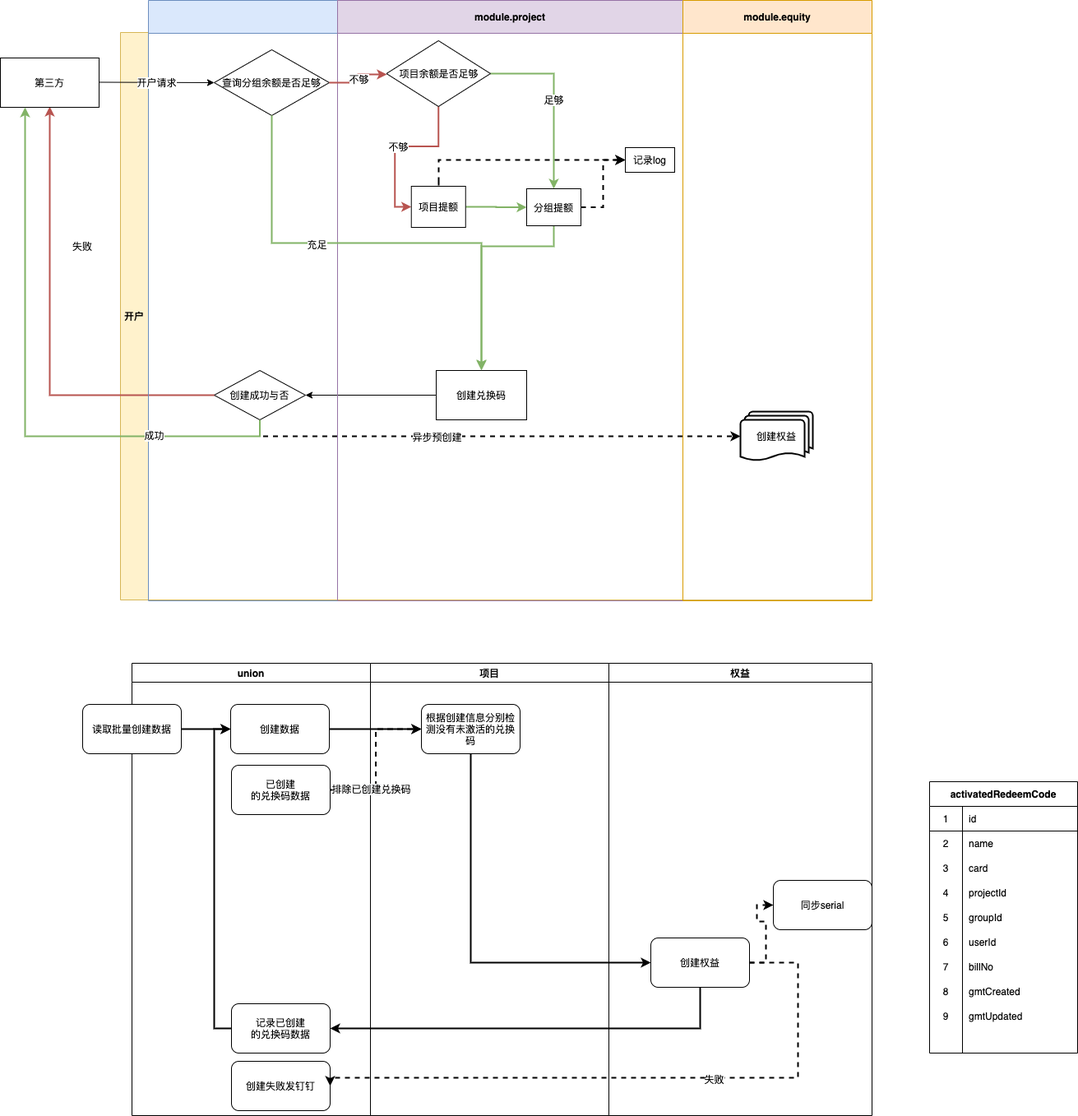
Above: TPA.png in zuoqiang320/uniondrug (draw.io), before the change. Source tidied: cells renumbered, new cells last; positions are measured from the earlier drawing's top-left corner, leaving out a move shared by most shapes.
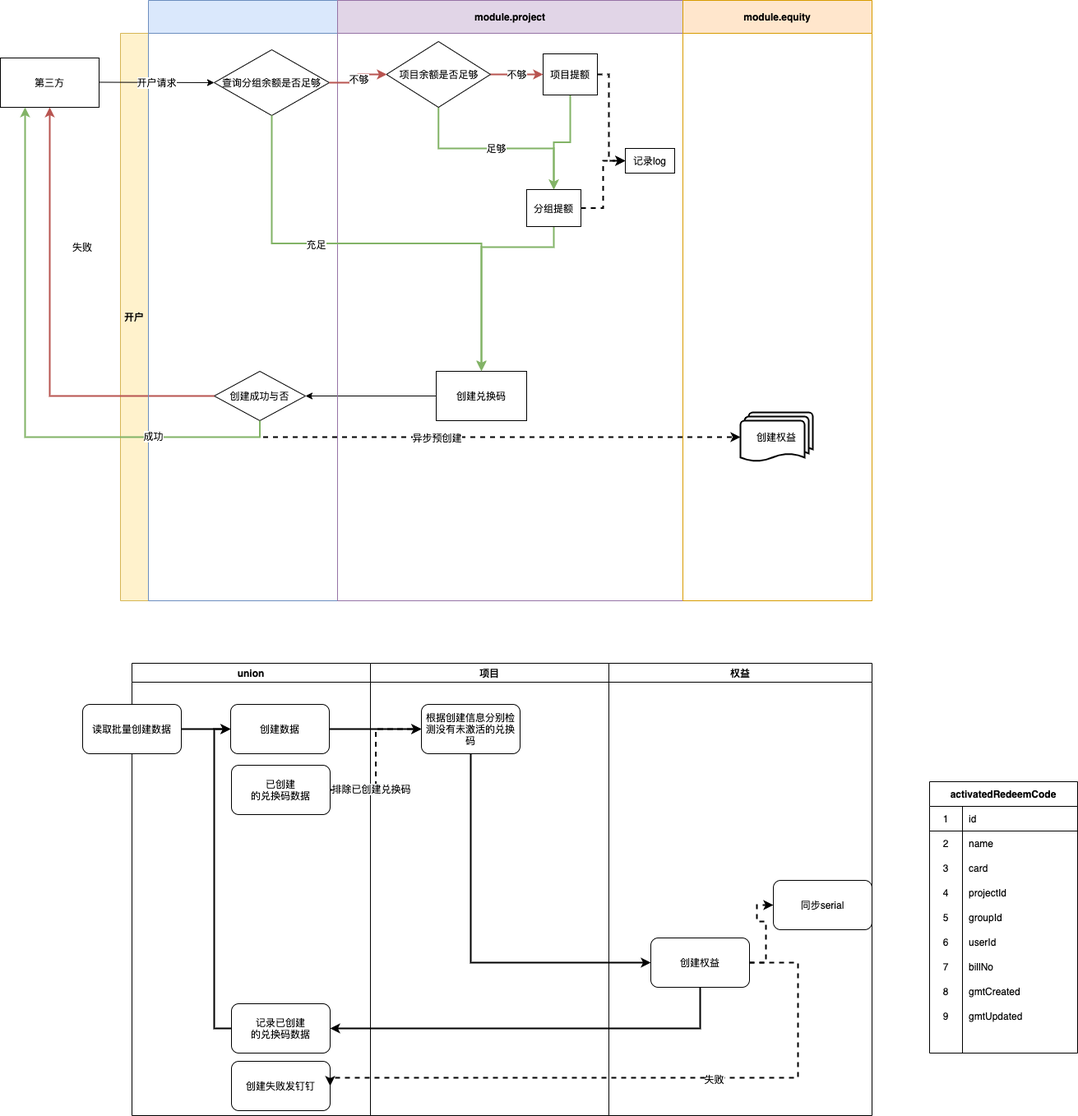
Above is the later version.

The edit, as a diff of the source:
```diff
@@ -3,7 +3,7 @@
     <mxCell id="0" />
     <mxCell id="1" parent="0" />
     <mxCell id="2" value="开户" style="swimlane;direction=north;fillColor=#fff2cc;strokeColor=#d6b656;startSize=34;verticalAlign=middle;" parent="1" vertex="1">
-      <mxGeometry x="146" y="39" width="914" height="690" as="geometry" />
+      <mxGeometry x="146" y="40" width="914" height="690" as="geometry" />
     </mxCell>
     <mxCell id="3" style="edgeStyle=orthogonalEdgeStyle;rounded=0;jettySize=auto;html=1;exitX=0.5;exitY=1;exitDx=0;exitDy=0;entryX=0;entryY=0.5;entryDx=0;entryDy=0;entryPerimeter=0;strokeWidth=2;dashed=1;" parent="2" edge="1" source="5" target="20">
       <mxGeometry relative="1" as="geometry" />
@@ -30,10 +30,10 @@
     <mxCell id="9" value="创建兑换码" style="rounded=0;whiteSpace=wrap;html=1;" parent="2" vertex="1">
       <mxGeometry x="384" y="411" width="110" height="60" as="geometry" />
     </mxCell>
-    <mxCell id="10" value="足够" style="edgeStyle=orthogonalEdgeStyle;rounded=0;jettySize=auto;html=1;exitX=1;exitY=0.5;exitDx=0;exitDy=0;strokeWidth=2;fillColor=#d5e8d4;strokeColor=#82b366;" parent="2" edge="1" source="12" target="19">
+    <mxCell id="10" value="足够" style="edgeStyle=orthogonalEdgeStyle;rounded=0;jettySize=auto;html=1;exitX=0.5;exitY=1;exitDx=0;exitDy=0;strokeWidth=2;fillColor=#d5e8d4;strokeColor=#82b366;" parent="2" edge="1" source="12" target="19">
       <mxGeometry relative="1" as="geometry" />
     </mxCell>
-    <mxCell id="11" value="不够" style="edgeStyle=orthogonalEdgeStyle;rounded=0;jettySize=auto;html=1;exitX=0.5;exitY=1;exitDx=0;exitDy=0;entryX=0;entryY=0.5;entryDx=0;entryDy=0;strokeWidth=2;fillColor=#f8cecc;strokeColor=#b85450;" parent="2" edge="1" source="12" target="16">
+    <mxCell id="11" value="不够" style="edgeStyle=orthogonalEdgeStyle;rounded=0;jettySize=auto;html=1;exitX=1;exitY=0.5;exitDx=0;exitDy=0;entryX=0;entryY=0.5;entryDx=0;entryDy=0;strokeWidth=2;fillColor=#f8cecc;strokeColor=#b85450;" parent="2" edge="1" source="12" target="16">
       <mxGeometry relative="1" as="geometry" />
     </mxCell>
     <mxCell id="12" value="项目余额是否足够" style="rhombus;whiteSpace=wrap;html=1;" parent="2" vertex="1">
@@ -42,20 +42,19 @@
     <mxCell id="13" value="记录log" style="rounded=0;whiteSpace=wrap;html=1;" parent="2" vertex="1">
       <mxGeometry x="614" y="140" width="60" height="30" as="geometry" />
     </mxCell>
-    <mxCell id="14" style="edgeStyle=orthogonalEdgeStyle;rounded=0;jettySize=auto;html=1;entryX=0;entryY=0.5;entryDx=0;entryDy=0;dashed=1;strokeWidth=2;" parent="2" edge="1" target="13">
+    <mxCell id="14" style="edgeStyle=orthogonalEdgeStyle;rounded=0;jettySize=auto;html=1;entryX=0;entryY=0.5;entryDx=0;entryDy=0;dashed=1;strokeWidth=2;exitX=1;exitY=0.5;exitDx=0;exitDy=0;" parent="2" edge="1" source="16" target="13">
       <mxGeometry relative="1" as="geometry">
-        <mxPoint x="387" y="180" as="sourcePoint" />
         <Array as="points">
-          <mxPoint x="387" y="205" />
-          <mxPoint x="387" y="155" />
+          <mxPoint x="594" y="50" />
+          <mxPoint x="594" y="155" />
         </Array>
       </mxGeometry>
     </mxCell>
-    <mxCell id="15" style="edgeStyle=orthogonalEdgeStyle;rounded=0;jettySize=auto;html=1;exitX=1;exitY=0.5;exitDx=0;exitDy=0;strokeWidth=2;fillColor=#d5e8d4;strokeColor=#82b366;" parent="2" edge="1" source="16" target="19">
+    <mxCell id="15" style="edgeStyle=orthogonalEdgeStyle;rounded=0;jettySize=auto;html=1;exitX=0.5;exitY=1;exitDx=0;exitDy=0;strokeWidth=2;fillColor=#d5e8d4;strokeColor=#82b366;" parent="2" edge="1" source="16" target="19">
       <mxGeometry relative="1" as="geometry" />
     </mxCell>
     <mxCell id="16" value="项目提额" style="rounded=0;whiteSpace=wrap;html=1;" parent="2" vertex="1">
-      <mxGeometry x="353.8" y="187" width="66" height="50" as="geometry" />
+      <mxGeometry x="514" y="25" width="66" height="50" as="geometry" />
     </mxCell>
     <mxCell id="17" style="edgeStyle=orthogonalEdgeStyle;rounded=0;jettySize=auto;html=1;exitX=1;exitY=0.5;exitDx=0;exitDy=0;entryX=0;entryY=0.5;entryDx=0;entryDy=0;strokeWidth=2;dashed=1;" parent="2" edge="1" source="19" target="13">
       <mxGeometry relative="1" as="geometry" />
```
